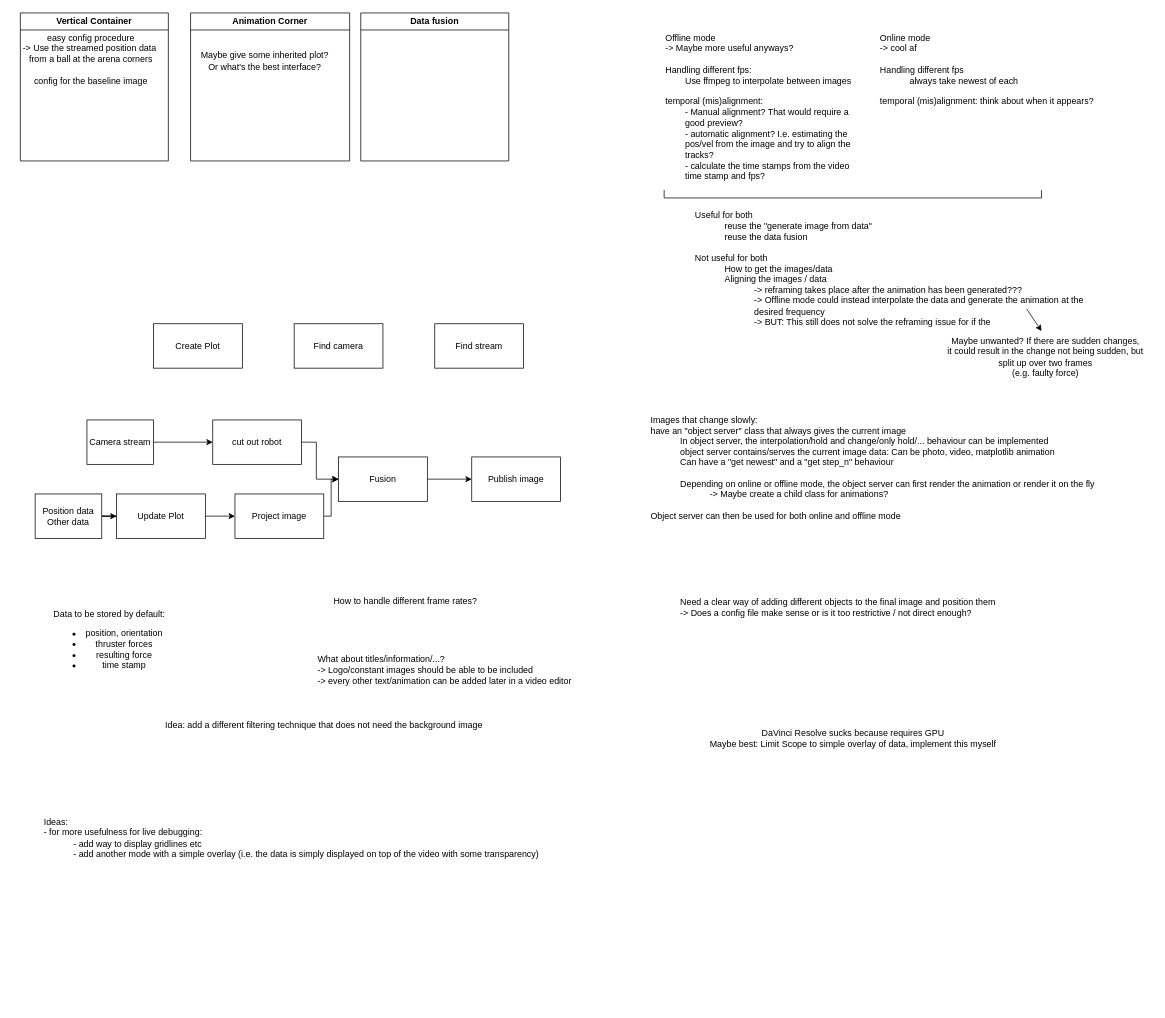
Above: notes/plan.drawio in raphael-jms/SRL-data-fusion (draw.io), before the change. Source tidied: cells renumbered, new cells numbered last; positions are measured from the earlier drawing's top-left corner, leaving out a move shared by most shapes. Both pictures are drawn from the tidied source at 74%, with x=0, y=0 at pixel (13, 13).
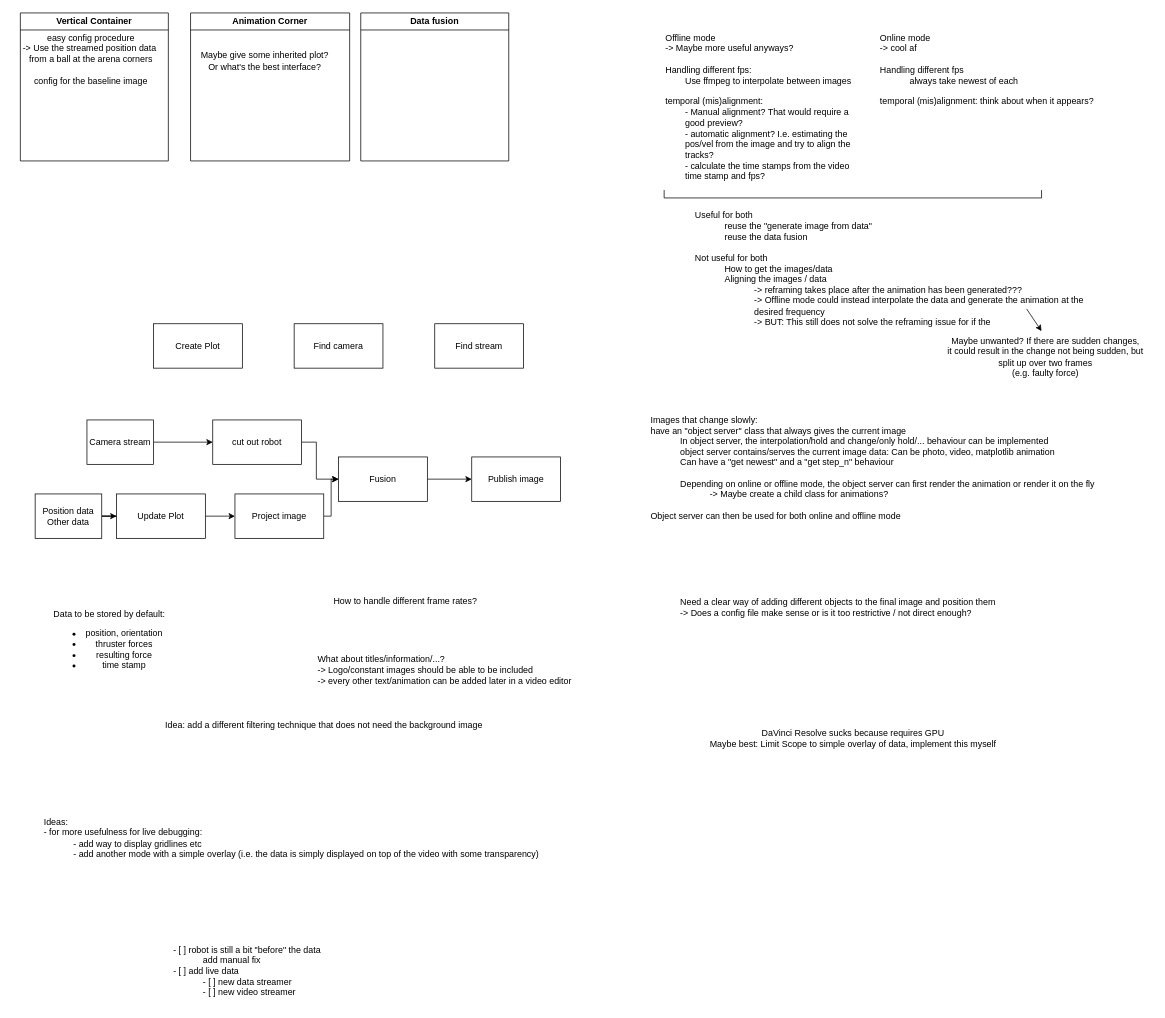
The same page after the edit.

Diff of the diagram source:
```diff
@@
+    <mxCell id="37" value="- [ ] robot is still a bit &quot;before&quot; the data&lt;div&gt;&lt;blockquote style=&quot;margin: 0 0 0 40px; border: none; padding: 0px;&quot;&gt;&lt;div&gt;add manual fix&lt;/div&gt;&lt;/blockquote&gt;- [ ] add live data&lt;/div&gt;&lt;div&gt;&lt;blockquote style=&quot;margin: 0 0 0 40px; border: none; padding: 0px;&quot;&gt;&lt;div&gt;- [ ]&amp;nbsp;&lt;span style=&quot;background-color: transparent; color: light-dark(rgb(0, 0, 0), rgb(255, 255, 255));&quot;&gt;new data streamer&lt;/span&gt;&lt;/div&gt;&lt;div&gt;&lt;span style=&quot;background-color: transparent; color: light-dark(rgb(0, 0, 0), rgb(255, 255, 255));&quot;&gt;- [ ] new video streamer&amp;nbsp;&lt;/span&gt;&lt;/div&gt;&lt;/blockquote&gt;&lt;/div&gt;" style="text;html=1;align=left;verticalAlign=middle;strokeColor=none;fillColor=none;" parent="1" vertex="1">
+      <mxGeometry x="215" y="1250" width="220" height="90" as="geometry" />
+    </mxCell>
```
